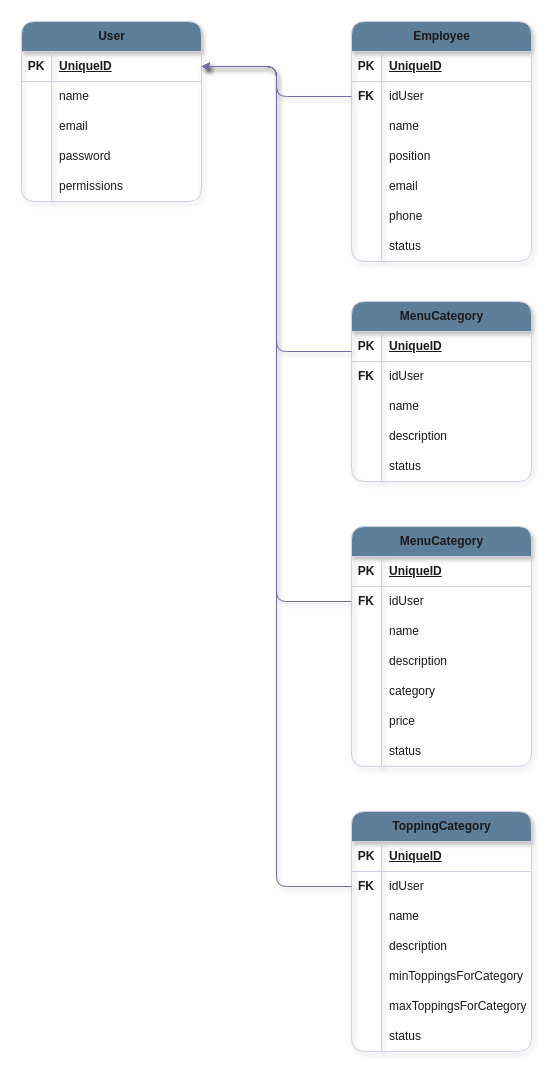
Above: db.drawio in Andersoncrr/food-backend (draw.io), before the change. Source tidied: cells renumbered, new cells numbered last; positions are measured from the earlier drawing's top-left corner, leaving out a move shared by most shapes. Both pictures are drawn from the tidied source at 100%, with x=0, y=0 at pixel (21, 21).
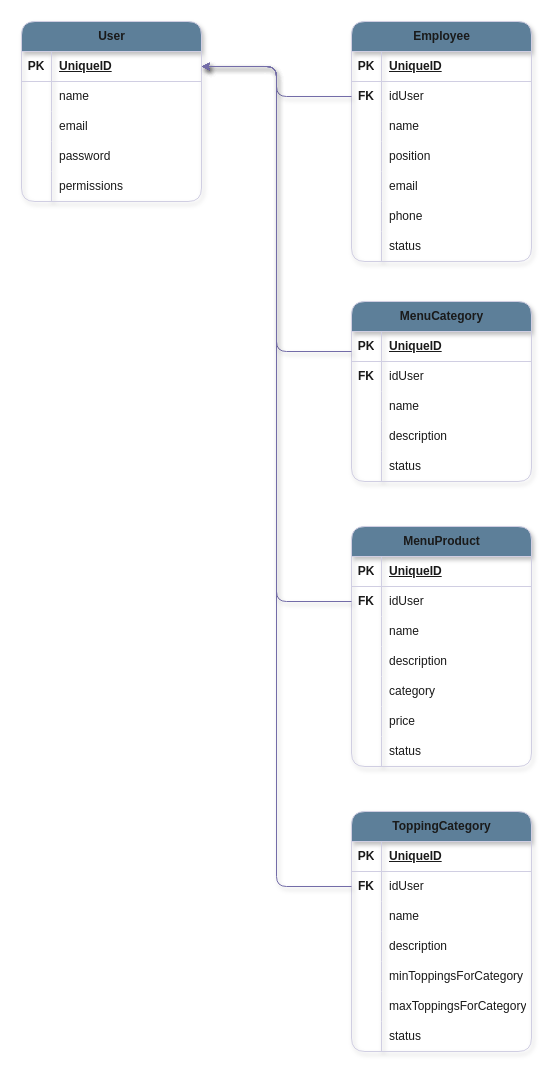
The same page after the edit.

Diff of the diagram source:
```diff
@@
-    <mxCell id="58" value="MenuCategory" style="shape=table;startSize=30;childLayout=tableLayout;rowLines=0;fontStyle=1;align=center;html=1;rounded=1;shadow=1;swimlaneLine=1;labelBackgroundColor=none;fillColor=#5D7F99;strokeColor=#D0CEE2;fontColor=#1A1A1A;" parent="1" vertex="1">
+    <mxCell id="58" value="MenuProduct" style="shape=table;startSize=30;childLayout=tableLayout;rowLines=0;fontStyle=1;align=center;html=1;rounded=1;shadow=1;swimlaneLine=1;labelBackgroundColor=none;fillColor=#5D7F99;strokeColor=#D0CEE2;fontColor=#1A1A1A;" parent="1" vertex="1">
       <mxGeometry x="330" y="505" width="180" height="240" as="geometry" />
     </mxCell>
```
